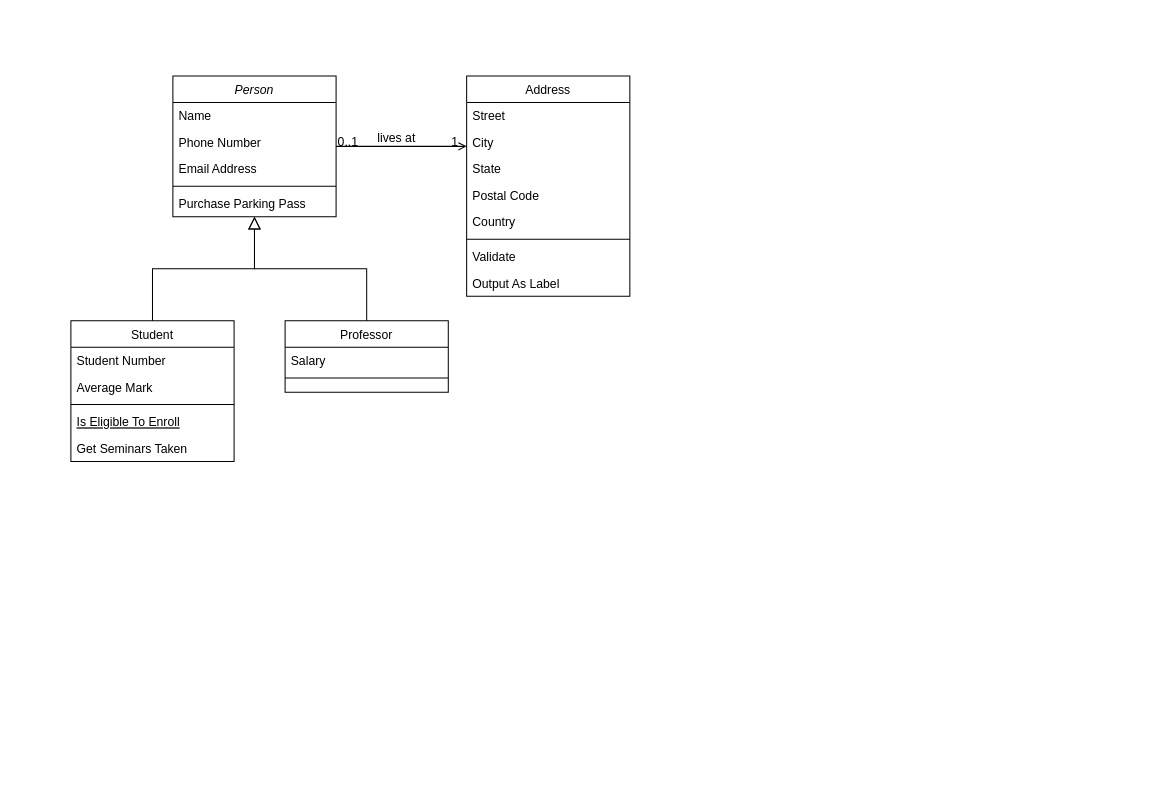
Before: Biểu đồ không có tiêu đề.drawio in codecuatai/DuAnLuyenTap, a draw.io diagram. Source tidied: cells renumbered, new cells numbered last; positions are measured from the earlier drawing's top-left corner, leaving out a move shared by most shapes. Both pictures are drawn from the tidied source at 102%, with x=0, y=0 at pixel (70, 75).
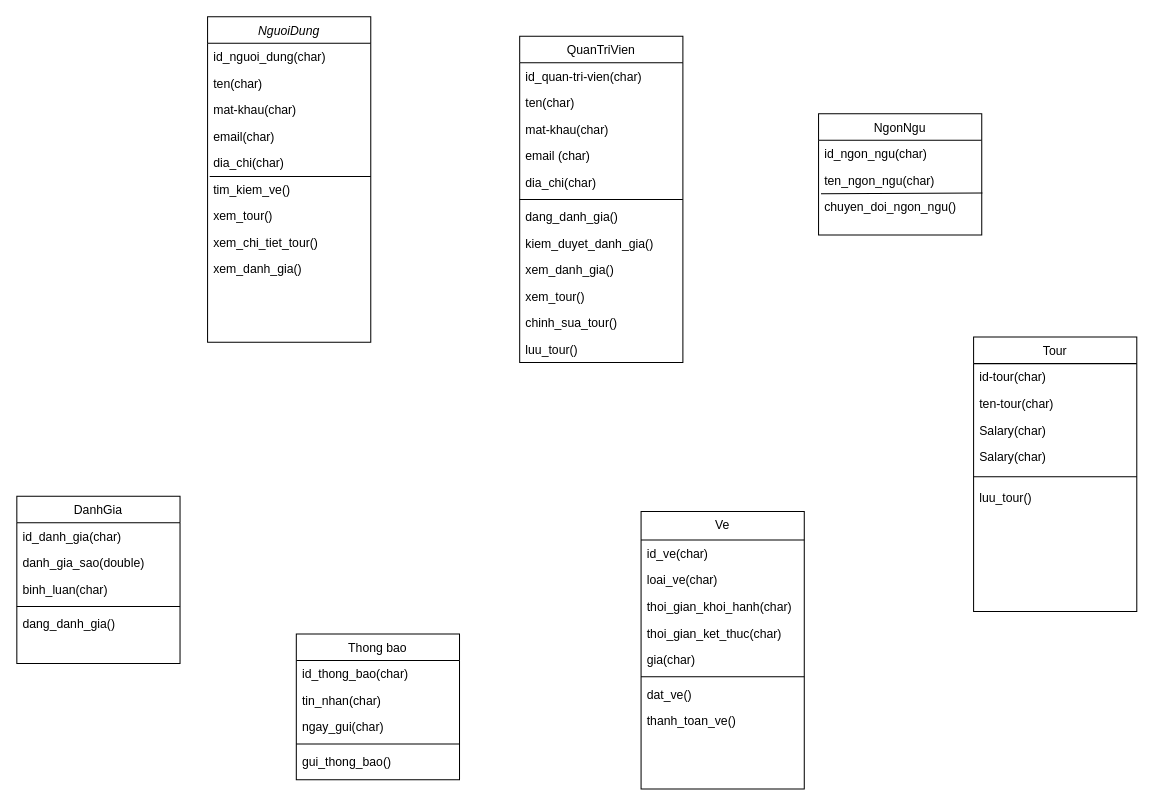
After the change.

Change to the diagram source:
```diff
@@
-    <mxCell id="2" value="Person" style="swimlane;fontStyle=2;align=center;verticalAlign=top;horizontal=1;startSize=26;rounded=0;shadow=0;strokeWidth=1;" parent="1" vertex="1">
-      <mxGeometry x="100" width="160" height="138" as="geometry" />
+    <mxCell id="2" value="NguoiDung" style="swimlane;fontStyle=2;align=center;verticalAlign=top;horizontal=1;startSize=26;rounded=0;shadow=0;strokeWidth=1;" parent="1" vertex="1">
+      <mxGeometry x="134" y="-58" width="160" height="319" as="geometry" />
     </mxCell>
-    <mxCell id="3" value="Name" style="text;align=left;verticalAlign=top;spacingLeft=4;spacingRight=4;overflow=hidden;" parent="2" vertex="1">
+    <mxCell id="3" value="id_nguoi_dung(char)" style="text;align=left;verticalAlign=top;spacingLeft=4;spacingRight=4;overflow=hidden;" parent="2" vertex="1">
       <mxGeometry y="26" width="160" height="26" as="geometry" />
     </mxCell>
-    <mxCell id="4" value="Phone Number" style="text;align=left;verticalAlign=top;spacingLeft=4;spacingRight=4;overflow=hidden;rounded=0;shadow=0;html=0;" parent="2" vertex="1">
+    <mxCell id="4" value="ten(char)" style="text;align=left;verticalAlign=top;spacingLeft=4;spacingRight=4;overflow=hidden;rounded=0;shadow=0;html=0;" parent="2" vertex="1">
       <mxGeometry y="52" width="160" height="26" as="geometry" />
     </mxCell>
-    <mxCell id="5" value="Email Address" style="text;align=left;verticalAlign=top;spacingLeft=4;spacingRight=4;overflow=hidden;rounded=0;shadow=0;html=0;" parent="2" vertex="1">
+    <mxCell id="5" value="mat-khau(char)" style="text;align=left;verticalAlign=top;spacingLeft=4;spacingRight=4;overflow=hidden;rounded=0;shadow=0;html=0;" parent="2" vertex="1">
       <mxGeometry y="78" width="160" height="26" as="geometry" />
     </mxCell>
-    <mxCell id="6" style="line;html=1;strokeWidth=1;align=left;verticalAlign=middle;spacingTop=-1;spacingLeft=3;spacingRight=3;labelPosition=right;" parent="2" vertex="1">
-      <mxGeometry y="104" width="160" height="8" as="geometry" />
-    </mxCell>
-    <mxCell id="7" value="Purchase Parking Pass" style="text;align=left;verticalAlign=top;spacingLeft=4;spacingRight=4;overflow=hidden;" parent="2" vertex="1">
-      <mxGeometry y="112" width="160" height="26" as="geometry" />
-    </mxCell>
+    <mxCell id="32" value="email(char)" style="text;align=left;verticalAlign=top;spacingLeft=4;spacingRight=4;overflow=hidden;rounded=0;shadow=0;html=0;" parent="2" vertex="1">
+      <mxGeometry y="104" width="160" height="26" as="geometry" />
+    </mxCell>
+    <mxCell id="33" value="dia_chi(char)" style="text;align=left;verticalAlign=top;spacingLeft=4;spacingRight=4;overflow=hidden;points=[[0,0.5],[1,0.5]];portConstraint=eastwest;rounded=0;shadow=0;html=0;" parent="2" vertex="1">
+      <mxGeometry y="130" width="160" height="26" as="geometry" />
+    </mxCell>
+    <mxCell id="34" style="endArrow=none;html=1;rounded=0;fontSize=12;startSize=8;endSize=8;curved=1;entryX=1;entryY=1.023;entryDx=0;entryDy=0;entryPerimeter=0;exitX=0.013;exitY=1.023;exitDx=0;exitDy=0;exitPerimeter=0;" parent="2" edge="1" source="33" target="33">
+      <mxGeometry relative="1" as="geometry" />
+    </mxCell>
+    <mxCell id="35" value="tim_kiem_ve()" style="text;align=left;verticalAlign=top;spacingLeft=4;spacingRight=4;overflow=hidden;rounded=0;shadow=0;html=0;" parent="2" vertex="1">
+      <mxGeometry y="156" width="160" height="26" as="geometry" />
+    </mxCell>
+    <mxCell id="36" value="xem_tour()" style="text;align=left;verticalAlign=top;spacingLeft=4;spacingRight=4;overflow=hidden;rounded=0;shadow=0;html=0;" parent="2" vertex="1">
+      <mxGeometry y="182" width="160" height="26" as="geometry" />
+    </mxCell>
+    <mxCell id="37" value="xem_chi_tiet_tour()" style="text;align=left;verticalAlign=top;spacingLeft=4;spacingRight=4;overflow=hidden;rounded=0;shadow=0;html=0;" parent="2" vertex="1">
+      <mxGeometry y="208" width="160" height="26" as="geometry" />
+    </mxCell>
+    <mxCell id="38" value="xem_danh_gia()" style="text;align=left;verticalAlign=top;spacingLeft=4;spacingRight=4;overflow=hidden;rounded=0;shadow=0;html=0;" parent="2" vertex="1">
+      <mxGeometry y="234" width="160" height="26" as="geometry" />
+    </mxCell>
-    <mxCell id="8" value="Student" style="swimlane;fontStyle=0;align=center;verticalAlign=top;horizontal=1;startSize=26;rounded=0;shadow=0;strokeWidth=1;" parent="1" vertex="1">
-      <mxGeometry y="240" width="160" height="138" as="geometry" />
+    <mxCell id="8" value="DanhGia" style="swimlane;fontStyle=0;align=center;verticalAlign=top;horizontal=1;startSize=26;rounded=0;shadow=0;strokeWidth=1;" parent="1" vertex="1">
+      <mxGeometry x="-53" y="412" width="160" height="164" as="geometry" />
     </mxCell>
-    <mxCell id="9" value="Student Number" style="text;align=left;verticalAlign=top;spacingLeft=4;spacingRight=4;overflow=hidden;" parent="8" vertex="1">
+    <mxCell id="9" value="id_danh_gia(char)" style="text;align=left;verticalAlign=top;spacingLeft=4;spacingRight=4;overflow=hidden;" parent="8" vertex="1">
       <mxGeometry y="26" width="160" height="26" as="geometry" />
     </mxCell>
-    <mxCell id="10" value="Average Mark" style="text;align=left;verticalAlign=top;spacingLeft=4;spacingRight=4;overflow=hidden;rounded=0;shadow=0;html=0;" parent="8" vertex="1">
+    <mxCell id="10" value="danh_gia_sao(double)" style="text;align=left;verticalAlign=top;spacingLeft=4;spacingRight=4;overflow=hidden;rounded=0;shadow=0;html=0;" parent="8" vertex="1">
       <mxGeometry y="52" width="160" height="26" as="geometry" />
     </mxCell>
+    <mxCell id="39" value="binh_luan(char)" style="text;align=left;verticalAlign=top;spacingLeft=4;spacingRight=4;overflow=hidden;rounded=0;shadow=0;html=0;" parent="8" vertex="1">
+      <mxGeometry y="78" width="160" height="26" as="geometry" />
+    </mxCell>
     <mxCell id="11" style="line;html=1;strokeWidth=1;align=left;verticalAlign=middle;spacingTop=-1;spacingLeft=3;spacingRight=3;labelPosition=right;" parent="8" vertex="1">
-      <mxGeometry y="78" width="160" height="8" as="geometry" />
+      <mxGeometry y="104" width="160" height="8" as="geometry" />
     </mxCell>
-    <mxCell id="12" value="Is Eligible To Enroll" style="text;align=left;verticalAlign=top;spacingLeft=4;spacingRight=4;overflow=hidden;fontStyle=4;" parent="8" vertex="1">
-      <mxGeometry y="86" width="160" height="26" as="geometry" />
-    </mxCell>
-    <mxCell id="13" value="Get Seminars Taken" style="text;align=left;verticalAlign=top;spacingLeft=4;spacingRight=4;overflow=hidden;" parent="8" vertex="1">
-      <mxGeometry y="112" width="160" height="26" as="geometry" />
-    </mxCell>
-    <mxCell id="14" style="endArrow=block;endSize=10;endFill=0;shadow=0;strokeWidth=1;rounded=0;curved=0;edgeStyle=elbowEdgeStyle;elbow=vertical;" parent="1" edge="1" source="8" target="2">
-      <mxGeometry relative="1" as="geometry" />
-    </mxCell>
+    <mxCell id="40" value="dang_danh_gia()" style="text;align=left;verticalAlign=top;spacingLeft=4;spacingRight=4;overflow=hidden;rounded=0;shadow=0;html=0;" parent="8" vertex="1">
+      <mxGeometry y="112" width="160" height="26" as="geometry" />
+    </mxCell>
-    <mxCell id="15" value="Professor" style="swimlane;fontStyle=0;align=center;verticalAlign=top;horizontal=1;startSize=26;rounded=0;shadow=0;strokeWidth=1;" parent="1" vertex="1">
-      <mxGeometry x="210" y="240" width="160" height="70" as="geometry" />
+    <mxCell id="15" value="NgonNgu" style="swimlane;fontStyle=0;align=center;verticalAlign=top;horizontal=1;startSize=26;rounded=0;shadow=0;strokeWidth=1;" parent="1" vertex="1">
+      <mxGeometry x="733" y="37" width="160" height="119" as="geometry" />
     </mxCell>
-    <mxCell id="16" value="Salary" style="text;align=left;verticalAlign=top;spacingLeft=4;spacingRight=4;overflow=hidden;" parent="15" vertex="1">
+    <mxCell id="16" value="id_ngon_ngu(char)" style="text;align=left;verticalAlign=top;spacingLeft=4;spacingRight=4;overflow=hidden;" parent="15" vertex="1">
       <mxGeometry y="26" width="160" height="26" as="geometry" />
     </mxCell>
-    <mxCell id="17" style="line;html=1;strokeWidth=1;align=left;verticalAlign=middle;spacingTop=-1;spacingLeft=3;spacingRight=3;labelPosition=right;" parent="15" vertex="1">
-      <mxGeometry y="52" width="160" height="8" as="geometry" />
-    </mxCell>
-    <mxCell id="18" style="endArrow=block;endSize=10;endFill=0;shadow=0;strokeWidth=1;rounded=0;curved=0;edgeStyle=elbowEdgeStyle;elbow=vertical;" parent="1" edge="1" source="15" target="2">
-      <mxGeometry relative="1" as="geometry" />
-    </mxCell>
+    <mxCell id="41" value="ten_ngon_ngu(char)" style="text;align=left;verticalAlign=top;spacingLeft=4;spacingRight=4;overflow=hidden;points=[[0,0.5],[1,0.5]];portConstraint=eastwest;" parent="15" vertex="1">
+      <mxGeometry y="52" width="160" height="26" as="geometry" />
+    </mxCell>
+    <mxCell id="42" style="endArrow=none;html=1;rounded=0;fontSize=12;startSize=8;endSize=8;curved=1;entryX=0.015;entryY=1.021;entryDx=0;entryDy=0;entryPerimeter=0;exitX=1.004;exitY=0.987;exitDx=0;exitDy=0;exitPerimeter=0;" parent="15" edge="1" source="41" target="41">
+      <mxGeometry relative="1" as="geometry" />
+    </mxCell>
+    <mxCell id="43" value="chuyen_doi_ngon_ngu()" style="text;align=left;verticalAlign=top;spacingLeft=4;spacingRight=4;overflow=hidden;" parent="15" vertex="1">
+      <mxGeometry y="78" width="160" height="26" as="geometry" />
+    </mxCell>
-    <mxCell id="19" value="Address" style="swimlane;fontStyle=0;align=center;verticalAlign=top;horizontal=1;startSize=26;rounded=0;shadow=0;strokeWidth=1;" parent="1" vertex="1">
-      <mxGeometry x="388" width="160" height="216" as="geometry" />
+    <mxCell id="19" value="QuanTriVien" style="swimlane;fontStyle=0;align=center;verticalAlign=top;horizontal=1;startSize=26;rounded=0;shadow=0;strokeWidth=1;" parent="1" vertex="1">
+      <mxGeometry x="440" y="-39" width="160" height="320" as="geometry" />
     </mxCell>
-    <mxCell id="20" value="Street" style="text;align=left;verticalAlign=top;spacingLeft=4;spacingRight=4;overflow=hidden;" parent="19" vertex="1">
+    <mxCell id="20" value="id_quan-tri-vien(char)" style="text;align=left;verticalAlign=top;spacingLeft=4;spacingRight=4;overflow=hidden;" parent="19" vertex="1">
       <mxGeometry y="26" width="160" height="26" as="geometry" />
     </mxCell>
-    <mxCell id="21" value="City" style="text;align=left;verticalAlign=top;spacingLeft=4;spacingRight=4;overflow=hidden;rounded=0;shadow=0;html=0;" parent="19" vertex="1">
+    <mxCell id="21" value="ten(char)" style="text;align=left;verticalAlign=top;spacingLeft=4;spacingRight=4;overflow=hidden;rounded=0;shadow=0;html=0;" parent="19" vertex="1">
       <mxGeometry y="52" width="160" height="26" as="geometry" />
     </mxCell>
-    <mxCell id="22" value="State" style="text;align=left;verticalAlign=top;spacingLeft=4;spacingRight=4;overflow=hidden;rounded=0;shadow=0;html=0;" parent="19" vertex="1">
+    <mxCell id="22" value="mat-khau(char)" style="text;align=left;verticalAlign=top;spacingLeft=4;spacingRight=4;overflow=hidden;rounded=0;shadow=0;html=0;" parent="19" vertex="1">
       <mxGeometry y="78" width="160" height="26" as="geometry" />
     </mxCell>
-    <mxCell id="23" value="Postal Code" style="text;align=left;verticalAlign=top;spacingLeft=4;spacingRight=4;overflow=hidden;rounded=0;shadow=0;html=0;" parent="19" vertex="1">
+    <mxCell id="23" value="email (char)" style="text;align=left;verticalAlign=top;spacingLeft=4;spacingRight=4;overflow=hidden;rounded=0;shadow=0;html=0;" parent="19" vertex="1">
       <mxGeometry y="104" width="160" height="26" as="geometry" />
     </mxCell>
-    <mxCell id="24" value="Country" style="text;align=left;verticalAlign=top;spacingLeft=4;spacingRight=4;overflow=hidden;rounded=0;shadow=0;html=0;" parent="19" vertex="1">
+    <mxCell id="24" value="dia_chi(char)" style="text;align=left;verticalAlign=top;spacingLeft=4;spacingRight=4;overflow=hidden;rounded=0;shadow=0;html=0;" parent="19" vertex="1">
       <mxGeometry y="130" width="160" height="26" as="geometry" />
     </mxCell>
@@
-    <mxCell id="26" value="Validate" style="text;align=left;verticalAlign=top;spacingLeft=4;spacingRight=4;overflow=hidden;" parent="19" vertex="1">
+    <mxCell id="26" value="dang_danh_gia()" style="text;align=left;verticalAlign=top;spacingLeft=4;spacingRight=4;overflow=hidden;" parent="19" vertex="1">
       <mxGeometry y="164" width="160" height="26" as="geometry" />
     </mxCell>
-    <mxCell id="27" value="Output As Label" style="text;align=left;verticalAlign=top;spacingLeft=4;spacingRight=4;overflow=hidden;" parent="19" vertex="1">
+    <mxCell id="27" value="kiem_duyet_danh_gia()" style="text;align=left;verticalAlign=top;spacingLeft=4;spacingRight=4;overflow=hidden;" parent="19" vertex="1">
       <mxGeometry y="190" width="160" height="26" as="geometry" />
     </mxCell>
-    <mxCell id="28" style="endArrow=open;shadow=0;strokeWidth=1;rounded=0;curved=0;endFill=1;edgeStyle=elbowEdgeStyle;elbow=vertical;" parent="1" edge="1" source="2" target="19">
-      <mxGeometry x="0.5" y="41" relative="1" as="geometry">
-        <mxPoint x="-40" y="32" as="offset" />
-      </mxGeometry>
-    </mxCell>
-    <mxCell id="29" value="0..1" style="align=left;verticalAlign=bottom;labelBackgroundColor=none;fontSize=12;" parent="28" vertex="1">
-      <mxGeometry x="-1" relative="1" as="geometry">
-        <mxPoint y="4" as="offset" />
-      </mxGeometry>
-    </mxCell>
-    <mxCell id="30" value="1" style="align=right;verticalAlign=bottom;labelBackgroundColor=none;fontSize=12;" parent="28" vertex="1">
-      <mxGeometry x="1" relative="1" as="geometry">
-        <mxPoint x="-7" y="4" as="offset" />
-      </mxGeometry>
-    </mxCell>
-    <mxCell id="31" value="lives at" style="text;html=1;align=center;verticalAlign=middle;labelBackgroundColor=none;rounded=0;shadow=0;strokeWidth=1;fontSize=12;" parent="28" vertex="1">
-      <mxGeometry x="0.5" y="49" relative="1" as="geometry">
-        <mxPoint x="-38" y="40" as="offset" />
-      </mxGeometry>
-    </mxCell>
+    <mxCell id="44" value="xem_danh_gia()" style="text;align=left;verticalAlign=top;spacingLeft=4;spacingRight=4;overflow=hidden;" parent="19" vertex="1">
+      <mxGeometry y="216" width="160" height="26" as="geometry" />
+    </mxCell>
+    <mxCell id="45" value="xem_tour()" style="text;align=left;verticalAlign=top;spacingLeft=4;spacingRight=4;overflow=hidden;" parent="19" vertex="1">
+      <mxGeometry y="242" width="160" height="26" as="geometry" />
+    </mxCell>
+    <mxCell id="46" value="chinh_sua_tour()" style="text;align=left;verticalAlign=top;spacingLeft=4;spacingRight=4;overflow=hidden;" parent="19" vertex="1">
+      <mxGeometry y="268" width="160" height="26" as="geometry" />
+    </mxCell>
+    <mxCell id="47" value="luu_tour()" style="text;align=left;verticalAlign=top;spacingLeft=4;spacingRight=4;overflow=hidden;" parent="19" vertex="1">
+      <mxGeometry y="294" width="160" height="26" as="geometry" />
+    </mxCell>
+    <mxCell id="48" value="Tour" style="swimlane;fontStyle=0;align=center;verticalAlign=top;horizontal=1;startSize=26;rounded=0;shadow=0;strokeWidth=1;" parent="1" vertex="1">
+      <mxGeometry x="885" y="256" width="160" height="269" as="geometry" />
+    </mxCell>
+    <mxCell id="49" value="id-tour(char)" style="text;align=left;verticalAlign=top;spacingLeft=4;spacingRight=4;overflow=hidden;" parent="48" vertex="1">
+      <mxGeometry y="26" width="160" height="26" as="geometry" />
+    </mxCell>
+    <mxCell id="50" value="ten-tour(char)" style="text;align=left;verticalAlign=top;spacingLeft=4;spacingRight=4;overflow=hidden;" parent="48" vertex="1">
+      <mxGeometry y="52" width="160" height="26" as="geometry" />
+    </mxCell>
+    <mxCell id="51" value="Salary(char)" style="text;align=left;verticalAlign=top;spacingLeft=4;spacingRight=4;overflow=hidden;" parent="48" vertex="1">
+      <mxGeometry y="78" width="160" height="26" as="geometry" />
+    </mxCell>
+    <mxCell id="52" value="Salary(char)" style="text;align=left;verticalAlign=top;spacingLeft=4;spacingRight=4;overflow=hidden;" parent="48" vertex="1">
+      <mxGeometry y="104" width="160" height="26" as="geometry" />
+    </mxCell>
+    <mxCell id="53" style="line;html=1;strokeWidth=1;align=left;verticalAlign=middle;spacingTop=-1;spacingLeft=3;spacingRight=3;labelPosition=right;" parent="48" vertex="1">
+      <mxGeometry y="130" width="160" height="14" as="geometry" />
+    </mxCell>
+    <mxCell id="54" value="luu_tour()" style="text;align=left;verticalAlign=top;spacingLeft=4;spacingRight=4;overflow=hidden;rounded=0;shadow=0;html=0;" parent="48" vertex="1">
+      <mxGeometry y="144" width="160" height="26" as="geometry" />
+    </mxCell>
+    <mxCell id="55" value="Ve" style="swimlane;fontStyle=0;align=center;verticalAlign=top;horizontal=1;startSize=28;rounded=0;shadow=0;strokeWidth=1;" parent="1" vertex="1">
+      <mxGeometry x="559" y="427" width="160" height="272" as="geometry" />
+    </mxCell>
+    <mxCell id="56" value="id_ve(char)" style="text;align=left;verticalAlign=top;spacingLeft=4;spacingRight=4;overflow=hidden;" parent="55" vertex="1">
+      <mxGeometry y="28" width="160" height="26" as="geometry" />
+    </mxCell>
+    <mxCell id="57" value="loai_ve(char)" style="text;align=left;verticalAlign=top;spacingLeft=4;spacingRight=4;overflow=hidden;" parent="55" vertex="1">
+      <mxGeometry y="54" width="160" height="26" as="geometry" />
+    </mxCell>
+    <mxCell id="58" value="thoi_gian_khoi_hanh(char)" style="text;align=left;verticalAlign=top;spacingLeft=4;spacingRight=4;overflow=hidden;" parent="55" vertex="1">
+      <mxGeometry y="80" width="160" height="26" as="geometry" />
+    </mxCell>
+    <mxCell id="59" value="thoi_gian_ket_thuc(char)" style="text;align=left;verticalAlign=top;spacingLeft=4;spacingRight=4;overflow=hidden;" parent="55" vertex="1">
+      <mxGeometry y="106" width="160" height="26" as="geometry" />
+    </mxCell>
+    <mxCell id="60" value="gia(char)" style="text;align=left;verticalAlign=top;spacingLeft=4;spacingRight=4;overflow=hidden;" parent="55" vertex="1">
+      <mxGeometry y="132" width="160" height="26" as="geometry" />
+    </mxCell>
+    <mxCell id="61" style="line;html=1;strokeWidth=1;align=left;verticalAlign=middle;spacingTop=-1;spacingLeft=3;spacingRight=3;labelPosition=right;" parent="55" vertex="1">
+      <mxGeometry y="158" width="160" height="8" as="geometry" />
+    </mxCell>
+    <mxCell id="62" value="dat_ve()" style="text;align=left;verticalAlign=top;spacingLeft=4;spacingRight=4;overflow=hidden;rounded=0;shadow=0;html=0;" parent="55" vertex="1">
+      <mxGeometry y="166" width="160" height="26" as="geometry" />
+    </mxCell>
+    <mxCell id="63" value="thanh_toan_ve()" style="text;align=left;verticalAlign=top;spacingLeft=4;spacingRight=4;overflow=hidden;rounded=0;shadow=0;html=0;" parent="55" vertex="1">
+      <mxGeometry y="192" width="160" height="26" as="geometry" />
+    </mxCell>
+    <mxCell id="64" value="Thong bao" style="swimlane;fontStyle=0;align=center;verticalAlign=top;horizontal=1;startSize=26;rounded=0;shadow=0;strokeWidth=1;" parent="1" vertex="1">
+      <mxGeometry x="221" y="547" width="160" height="143" as="geometry" />
+    </mxCell>
+    <mxCell id="65" value="id_thong_bao(char)" style="text;align=left;verticalAlign=top;spacingLeft=4;spacingRight=4;overflow=hidden;" parent="64" vertex="1">
+      <mxGeometry y="26" width="160" height="26" as="geometry" />
+    </mxCell>
+    <mxCell id="66" value="tin_nhan(char)" style="text;align=left;verticalAlign=top;spacingLeft=4;spacingRight=4;overflow=hidden;" parent="64" vertex="1">
+      <mxGeometry y="52" width="160" height="26" as="geometry" />
+    </mxCell>
+    <mxCell id="67" value="ngay_gui(char)" style="text;align=left;verticalAlign=top;spacingLeft=4;spacingRight=4;overflow=hidden;" parent="64" vertex="1">
+      <mxGeometry y="78" width="160" height="26" as="geometry" />
+    </mxCell>
+    <mxCell id="6" style="line;html=1;strokeWidth=1;align=left;verticalAlign=middle;spacingTop=-1;spacingLeft=3;spacingRight=3;labelPosition=right;" parent="64" vertex="1">
+      <mxGeometry y="104" width="160" height="8" as="geometry" />
+    </mxCell>
+    <mxCell id="68" value="gui_thong_bao()" style="text;align=left;verticalAlign=top;spacingLeft=4;spacingRight=4;overflow=hidden;" parent="64" vertex="1">
+      <mxGeometry y="112" width="160" height="26" as="geometry" />
+    </mxCell>
```
